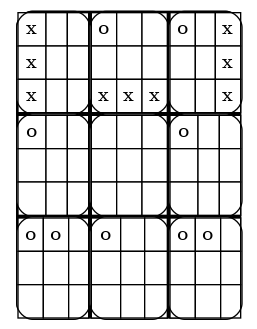
Earlier version of the Graphviz export output.png (JetMagpie/FilRouge_Super_Morpion). Its source is kept beside it as output.dot.
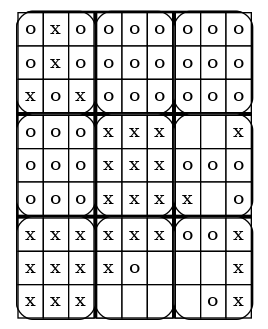
After the change.

Diff of the diagram source:
```diff
@@ -5,32 +5,88 @@
     <TR>
       <TD><TABLE border="1" cellspacing="0" cellpadding="4" style="rounded" bgcolor="white">
   <TR>
+<TD bgcolor="white">o</TD>
 <TD bgcolor="white">x</TD>
-<TD bgcolor="white"> </TD>
-<TD bgcolor="white"> </TD>
+<TD bgcolor="white">o</TD>
+  </TR>
+  <TR>
+<TD bgcolor="white">o</TD>
+<TD bgcolor="white">x</TD>
+<TD bgcolor="white">o</TD>
   </TR>
   <TR>
 <TD bgcolor="white">x</TD>
-<TD bgcolor="white"> </TD>
-<TD bgcolor="white"> </TD>
-  </TR>
-  <TR>
+<TD bgcolor="white">o</TD>
 <TD bgcolor="white">x</TD>
-<TD bgcolor="white"> </TD>
-<TD bgcolor="white"> </TD>
   </TR>
 </TABLE>
 </TD>
       <TD><TABLE border="1" cellspacing="0" cellpadding="4" style="rounded" bgcolor="white">
   <TR>
 <TD bgcolor="white">o</TD>
-<TD bgcolor="white"> </TD>
-<TD bgcolor="white"> </TD>
+<TD bgcolor="white">o</TD>
+<TD bgcolor="white">o</TD>
   </TR>
   <TR>
-<TD bgcolor="white"> </TD>
-<TD bgcolor="white"> </TD>
-<TD bgcolor="white"> </TD>
+<TD bgcolor="white">o</TD>
+<TD bgcolor="white">o</TD>
+<TD bgcolor="white">o</TD>
+  </TR>
+  <TR>
+<TD bgcolor="white">o</TD>
+<TD bgcolor="white">o</TD>
+<TD bgcolor="white">o</TD>
+  </TR>
+</TABLE>
+</TD>
+      <TD><TABLE border="1" cellspacing="0" cellpadding="4" style="rounded" bgcolor="white">
+  <TR>
+<TD bgcolor="white">o</TD>
+<TD bgcolor="white">o</TD>
+<TD bgcolor="white">o</TD>
+  </TR>
+  <TR>
+<TD bgcolor="white">o</TD>
+<TD bgcolor="white">o</TD>
+<TD bgcolor="white">o</TD>
+  </TR>
+  <TR>
+<TD bgcolor="white">o</TD>
+<TD bgcolor="white">o</TD>
+<TD bgcolor="white">o</TD>
+  </TR>
+</TABLE>
+</TD>
+    </TR>
+    <TR>
+      <TD><TABLE border="1" cellspacing="0" cellpadding="4" style="rounded" bgcolor="white">
+  <TR>
+<TD bgcolor="white">o</TD>
+<TD bgcolor="white">o</TD>
+<TD bgcolor="white">o</TD>
+  </TR>
+  <TR>
+<TD bgcolor="white">o</TD>
+<TD bgcolor="white">o</TD>
+<TD bgcolor="white">o</TD>
+  </TR>
+  <TR>
+<TD bgcolor="white">o</TD>
+<TD bgcolor="white">o</TD>
+<TD bgcolor="white">o</TD>
+  </TR>
+</TABLE>
+</TD>
+      <TD><TABLE border="1" cellspacing="0" cellpadding="4" style="rounded" bgcolor="white">
+  <TR>
+<TD bgcolor="white">x</TD>
+<TD bgcolor="white">x</TD>
+<TD bgcolor="white">x</TD>
+  </TR>
+  <TR>
+<TD bgcolor="white">x</TD>
+<TD bgcolor="white">x</TD>
+<TD bgcolor="white">x</TD>
   </TR>
   <TR>
 <TD bgcolor="white">x</TD>
@@ -41,19 +97,19 @@
 </TD>
       <TD><TABLE border="1" cellspacing="0" cellpadding="4" style="rounded" bgcolor="white">
   <TR>
-<TD bgcolor="white">o</TD>
-<TD bgcolor="white"> </TD>
-<TD bgcolor="white">x</TD>
-  </TR>
-  <TR>
 <TD bgcolor="white"> </TD>
 <TD bgcolor="white"> </TD>
 <TD bgcolor="white">x</TD>
   </TR>
   <TR>
+<TD bgcolor="white">o</TD>
+<TD bgcolor="white">o</TD>
+<TD bgcolor="white">o</TD>
+  </TR>
+  <TR>
+<TD bgcolor="white">x</TD>
 <TD bgcolor="white"> </TD>
-<TD bgcolor="white"> </TD>
-<TD bgcolor="white">x</TD>
+<TD bgcolor="white">o</TD>
   </TR>
 </TABLE>
 </TD>
@@ -61,87 +117,31 @@
     <TR>
       <TD><TABLE border="1" cellspacing="0" cellpadding="4" style="rounded" bgcolor="white">
   <TR>
-<TD bgcolor="white">o</TD>
-<TD bgcolor="white"> </TD>
-<TD bgcolor="white"> </TD>
+<TD bgcolor="white">x</TD>
+<TD bgcolor="white">x</TD>
+<TD bgcolor="white">x</TD>
   </TR>
   <TR>
-<TD bgcolor="white"> </TD>
-<TD bgcolor="white"> </TD>
-<TD bgcolor="white"> </TD>
+<TD bgcolor="white">x</TD>
+<TD bgcolor="white">x</TD>
+<TD bgcolor="white">x</TD>
   </TR>
   <TR>
-<TD bgcolor="white"> </TD>
-<TD bgcolor="white"> </TD>
-<TD bgcolor="white"> </TD>
+<TD bgcolor="white">x</TD>
+<TD bgcolor="white">x</TD>
+<TD bgcolor="white">x</TD>
   </TR>
 </TABLE>
 </TD>
       <TD><TABLE border="1" cellspacing="0" cellpadding="4" style="rounded" bgcolor="white">
   <TR>
-<TD bgcolor="white"> </TD>
-<TD bgcolor="white"> </TD>
-<TD bgcolor="white"> </TD>
+<TD bgcolor="white">x</TD>
+<TD bgcolor="white">x</TD>
+<TD bgcolor="white">x</TD>
   </TR>
   <TR>
-<TD bgcolor="white"> </TD>
-<TD bgcolor="white"> </TD>
-<TD bgcolor="white"> </TD>
-  </TR>
-  <TR>
-<TD bgcolor="white"> </TD>
-<TD bgcolor="white"> </TD>
-<TD bgcolor="white"> </TD>
-  </TR>
-</TABLE>
-</TD>
-      <TD><TABLE border="1" cellspacing="0" cellpadding="4" style="rounded" bgcolor="white">
-  <TR>
+<TD bgcolor="white">x</TD>
 <TD bgcolor="white">o</TD>
-<TD bgcolor="white"> </TD>
-<TD bgcolor="white"> </TD>
-  </TR>
-  <TR>
-<TD bgcolor="white"> </TD>
-<TD bgcolor="white"> </TD>
-<TD bgcolor="white"> </TD>
-  </TR>
-  <TR>
-<TD bgcolor="white"> </TD>
-<TD bgcolor="white"> </TD>
-<TD bgcolor="white"> </TD>
-  </TR>
-</TABLE>
-</TD>
-    </TR>
-    <TR>
-      <TD><TABLE border="1" cellspacing="0" cellpadding="4" style="rounded" bgcolor="white">
-  <TR>
-<TD bgcolor="white">o</TD>
-<TD bgcolor="white">o</TD>
-<TD bgcolor="white"> </TD>
-  </TR>
-  <TR>
-<TD bgcolor="white"> </TD>
-<TD bgcolor="white"> </TD>
-<TD bgcolor="white"> </TD>
-  </TR>
-  <TR>
-<TD bgcolor="white"> </TD>
-<TD bgcolor="white"> </TD>
-<TD bgcolor="white"> </TD>
-  </TR>
-</TABLE>
-</TD>
-      <TD><TABLE border="1" cellspacing="0" cellpadding="4" style="rounded" bgcolor="white">
-  <TR>
-<TD bgcolor="white">o</TD>
-<TD bgcolor="white"> </TD>
-<TD bgcolor="white"> </TD>
-  </TR>
-  <TR>
-<TD bgcolor="white"> </TD>
-<TD bgcolor="white"> </TD>
 <TD bgcolor="white"> </TD>
   </TR>
   <TR>
@@ -155,17 +155,17 @@
   <TR>
 <TD bgcolor="white">o</TD>
 <TD bgcolor="white">o</TD>
-<TD bgcolor="white"> </TD>
+<TD bgcolor="white">x</TD>
   </TR>
   <TR>
 <TD bgcolor="white"> </TD>
 <TD bgcolor="white"> </TD>
-<TD bgcolor="white"> </TD>
+<TD bgcolor="white">x</TD>
   </TR>
   <TR>
 <TD bgcolor="white"> </TD>
-<TD bgcolor="white"> </TD>
-<TD bgcolor="white"> </TD>
+<TD bgcolor="white">o</TD>
+<TD bgcolor="white">x</TD>
   </TR>
 </TABLE>
 </TD>
```
